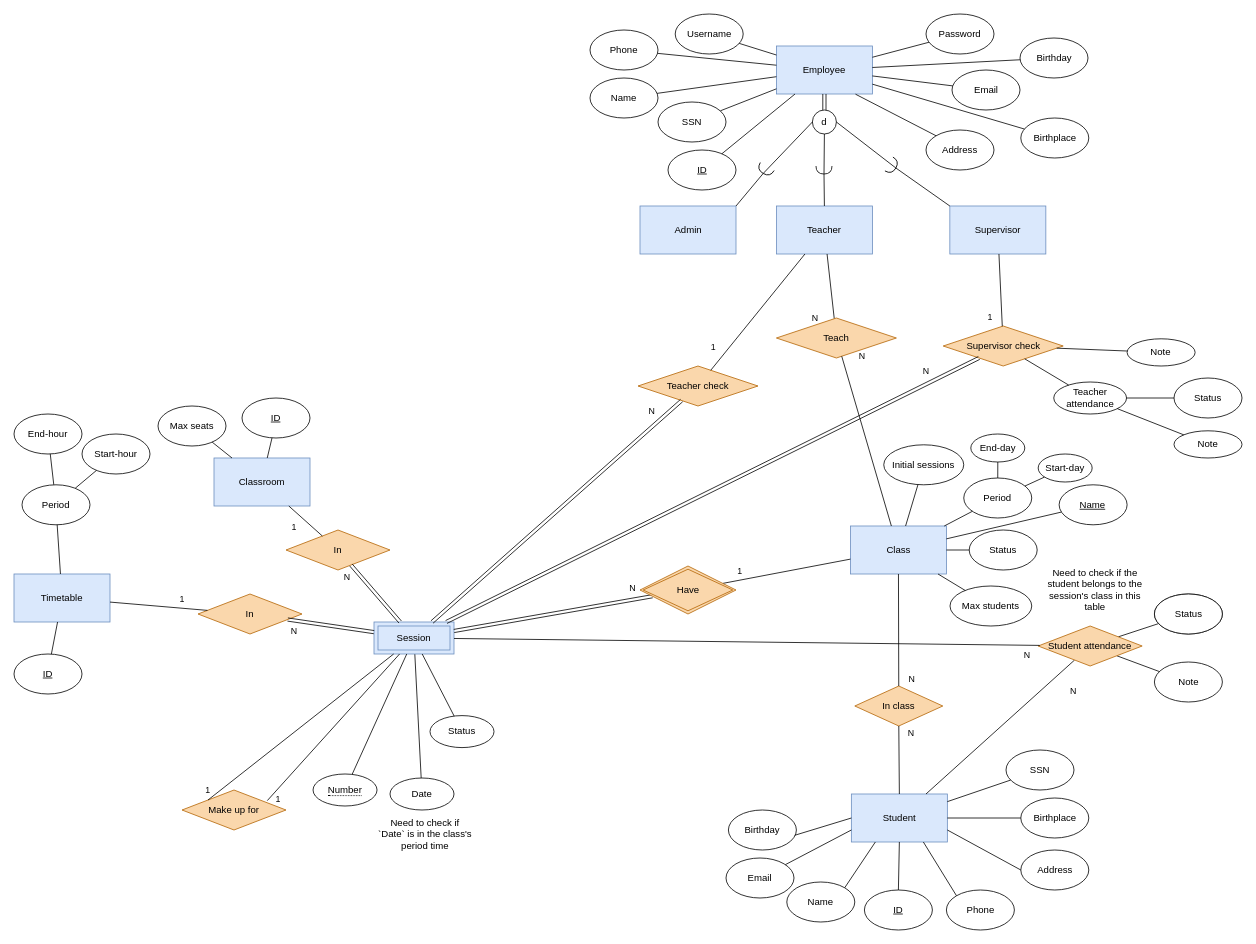
Earlier version of the draw.io diagram ERD.drawio (astr0tas/New-And-Improved-English-Center-Attendance-Check). Source tidied: cells renumbered, new cells numbered last; positions are measured from the earlier drawing's top-left corner, leaving out a move shared by most shapes. Both pictures are drawn from the tidied source at 80%, with x=0, y=0 at pixel (14, 14).
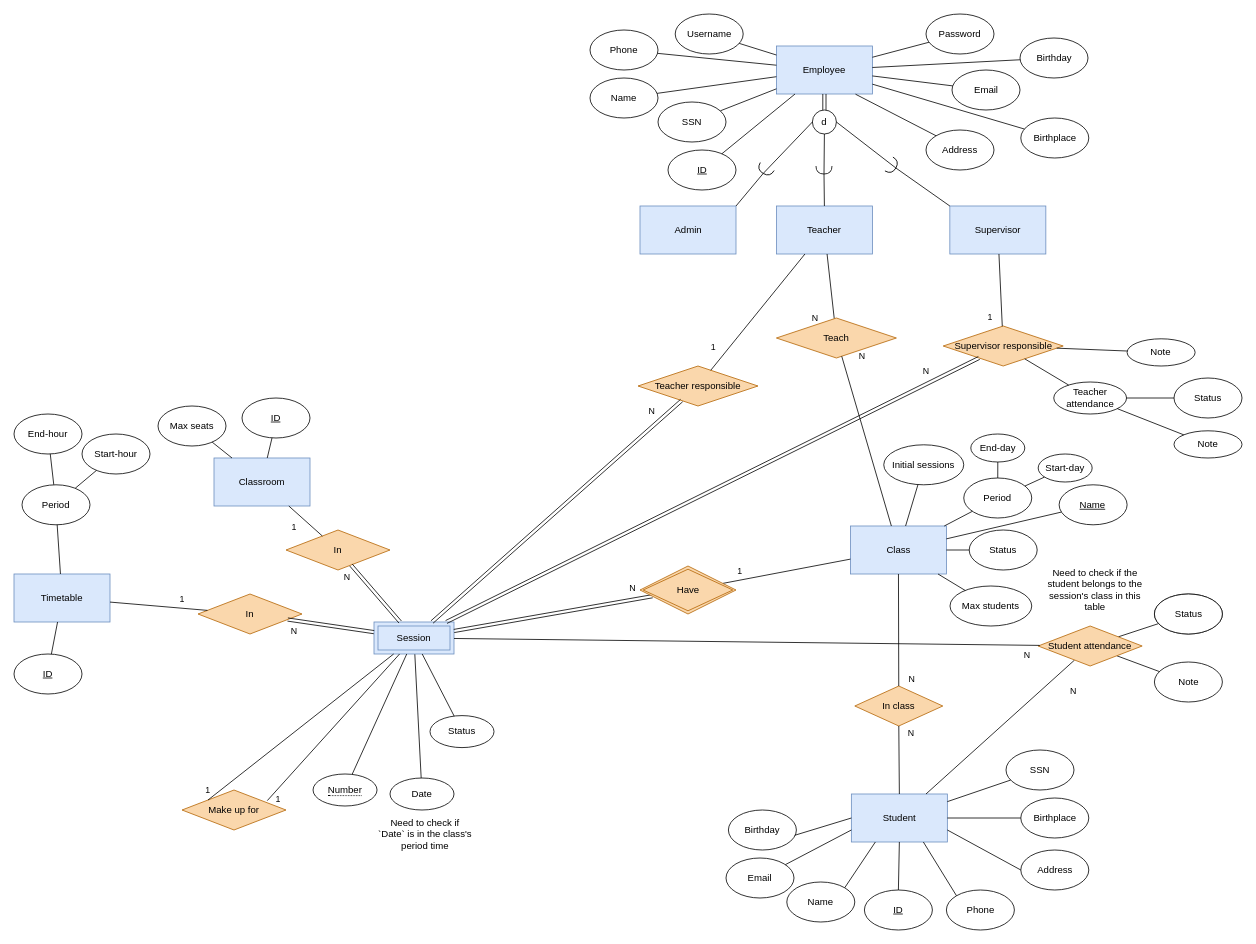
After the change.

The edit, as a diff of the source:
```diff
@@
-    <mxCell id="31" value="Teacher check" style="rhombus;whiteSpace=wrap;html=1;fillColor=#fad7ac;strokeColor=#b46504;" parent="1" vertex="1">
+    <mxCell id="31" value="Teacher responsible" style="rhombus;whiteSpace=wrap;html=1;fillColor=#fad7ac;strokeColor=#b46504;" parent="1" vertex="1">
       <mxGeometry x="780" y="440" width="150" height="50" as="geometry" />
     </mxCell>
@@
-    <mxCell id="106" value="Supervisor check" style="rhombus;whiteSpace=wrap;html=1;fillColor=#fad7ac;strokeColor=#b46504;" parent="1" vertex="1">
+    <mxCell id="106" value="Supervisor responsible" style="rhombus;whiteSpace=wrap;html=1;fillColor=#fad7ac;strokeColor=#b46504;" parent="1" vertex="1">
       <mxGeometry x="1161.5" y="390" width="150" height="50" as="geometry" />
     </mxCell>
```
